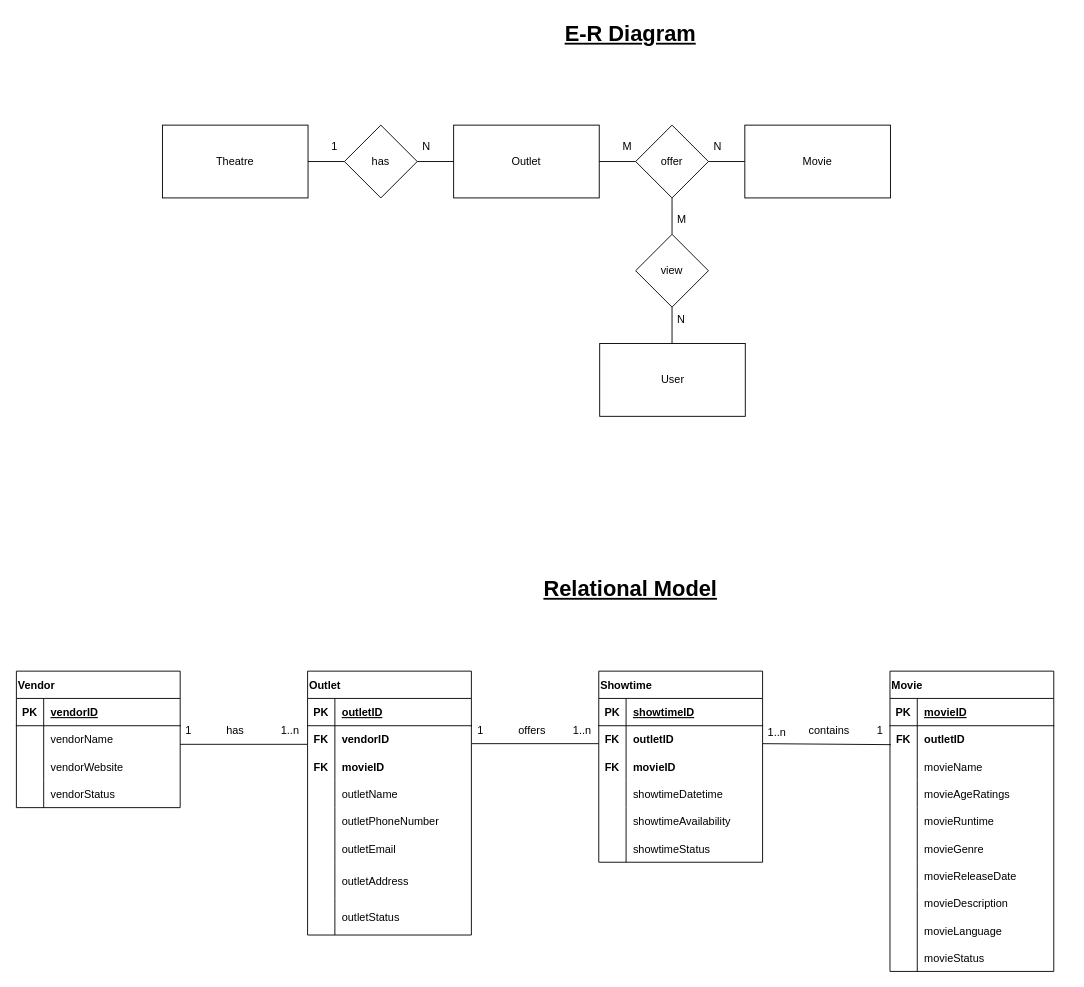
Before: TanLiSen_assig2.drawio in fswdtls/fswdtls, a draw.io diagram. Source tidied: cells renumbered, new cells numbered last; positions are measured from the earlier drawing's top-left corner, leaving out a move shared by most shapes. Both pictures are drawn from the tidied source at 91%, with x=0, y=0 at pixel (15, 15).
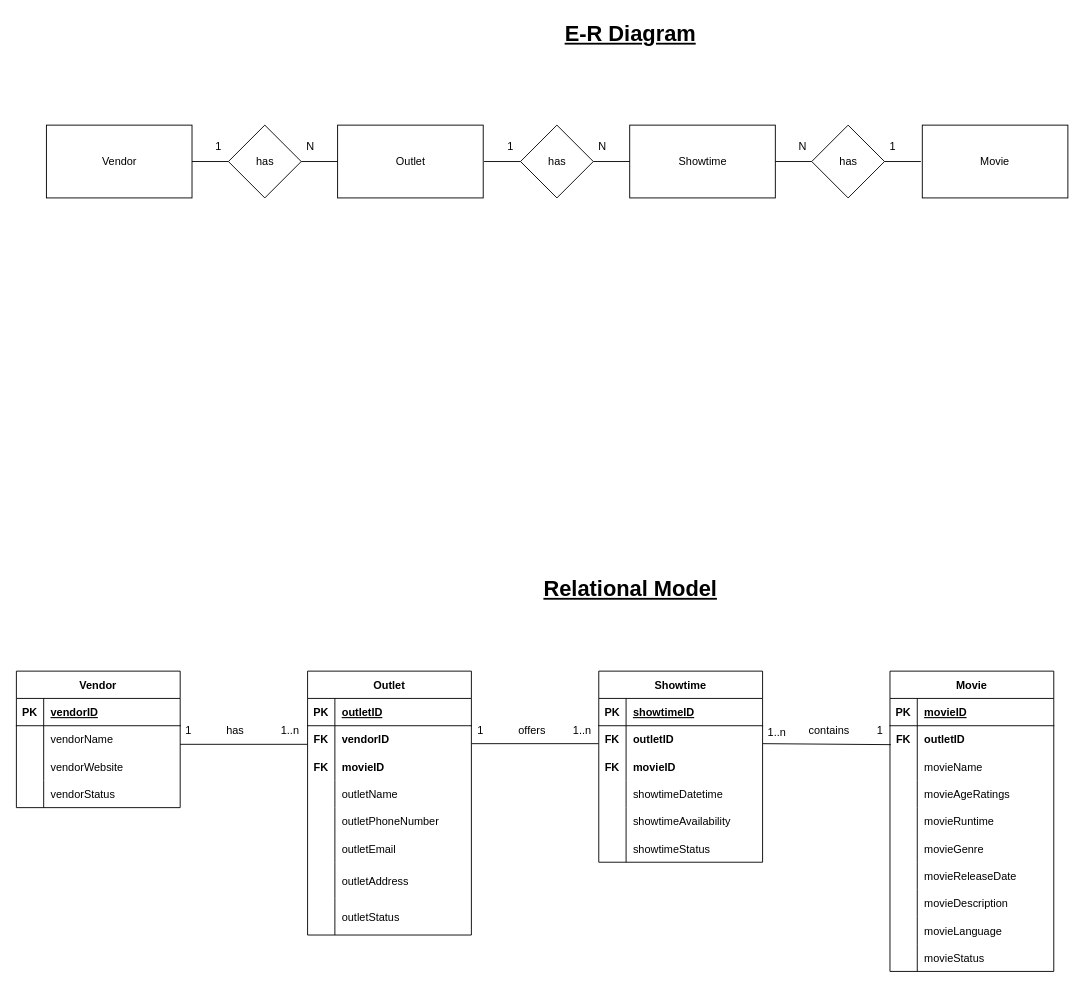
Above is the later version.

Change to the diagram source:
```diff
@@
-    <mxCell id="2" value="Theatre" style="rounded=0;whiteSpace=wrap;html=1;" parent="1" vertex="1">
-      <mxGeometry x="161" y="120" width="160" height="80" as="geometry" />
+    <mxCell id="2" value="Vendor" style="rounded=0;whiteSpace=wrap;html=1;" parent="1" vertex="1">
+      <mxGeometry x="33.5" y="120" width="160" height="80" as="geometry" />
     </mxCell>
     <mxCell id="3" value="Outlet" style="rounded=0;whiteSpace=wrap;html=1;" parent="1" vertex="1">
-      <mxGeometry x="481" y="120" width="160" height="80" as="geometry" />
+      <mxGeometry x="353.5" y="120" width="160" height="80" as="geometry" />
     </mxCell>
     <mxCell id="4" value="has" style="rhombus;whiteSpace=wrap;html=1;" parent="1" vertex="1">
-      <mxGeometry x="361" y="120" width="80" height="80" as="geometry" />
+      <mxGeometry x="233.5" y="120" width="80" height="80" as="geometry" />
     </mxCell>
     <mxCell id="5" value="Movie" style="rounded=0;whiteSpace=wrap;html=1;" parent="1" vertex="1">
-      <mxGeometry x="801" y="120" width="160" height="80" as="geometry" />
+      <mxGeometry x="996" y="120" width="160" height="80" as="geometry" />
     </mxCell>
-    <mxCell id="6" value="offer" style="rhombus;whiteSpace=wrap;html=1;" parent="1" vertex="1">
-      <mxGeometry x="681" y="120" width="80" height="80" as="geometry" />
-    </mxCell>
-    <mxCell id="7" value="view" style="rhombus;whiteSpace=wrap;html=1;" parent="1" vertex="1">
-      <mxGeometry x="681" y="240" width="80" height="80" as="geometry" />
-    </mxCell>
-    <mxCell id="8" value="User" style="rounded=0;whiteSpace=wrap;html=1;" parent="1" vertex="1">
-      <mxGeometry x="641.5" y="360" width="160" height="80" as="geometry" />
+    <mxCell id="8" value="Showtime" style="rounded=0;whiteSpace=wrap;html=1;" parent="1" vertex="1">
+      <mxGeometry x="674.5" y="120" width="160" height="80" as="geometry" />
     </mxCell>
@@
-    <mxCell id="11" style="endArrow=none;html=1;rounded=0;entryX=1;entryY=0.5;entryDx=0;entryDy=0;exitX=0;exitY=0.5;exitDx=0;exitDy=0;" parent="1" edge="1" source="6" target="3">
-      <mxGeometry relative="1" as="geometry" />
-    </mxCell>
-    <mxCell id="12" style="endArrow=none;html=1;rounded=0;entryX=1;entryY=0.5;entryDx=0;entryDy=0;exitX=0;exitY=0.5;exitDx=0;exitDy=0;" parent="1" edge="1" source="5" target="6">
-      <mxGeometry relative="1" as="geometry" />
-    </mxCell>
-    <mxCell id="13" style="endArrow=none;html=1;rounded=0;entryX=0.5;entryY=1;entryDx=0;entryDy=0;exitX=0.5;exitY=0;exitDx=0;exitDy=0;" parent="1" edge="1" source="7">
-      <mxGeometry relative="1" as="geometry">
-        <mxPoint x="721" y="200" as="targetPoint" />
-      </mxGeometry>
-    </mxCell>
-    <mxCell id="14" style="endArrow=none;html=1;rounded=0;entryX=0.5;entryY=1;entryDx=0;entryDy=0;exitX=0.5;exitY=0;exitDx=0;exitDy=0;" parent="1" edge="1" target="7">
-      <mxGeometry relative="1" as="geometry">
-        <mxPoint x="721" y="360" as="sourcePoint" />
-      </mxGeometry>
-    </mxCell>
     <mxCell id="15" value="1" style="text;strokeColor=none;fillColor=none;spacingLeft=4;spacingRight=4;overflow=hidden;fontSize=12;" parent="1" vertex="1">
-      <mxGeometry x="341" y="130" width="20" height="30" as="geometry" />
+      <mxGeometry x="213.5" y="130" width="20" height="30" as="geometry" />
     </mxCell>
     <mxCell id="16" value="N" style="text;strokeColor=none;fillColor=none;spacingLeft=4;spacingRight=4;overflow=hidden;fontSize=12;" parent="1" vertex="1">
-      <mxGeometry x="441" y="130" width="20" height="30" as="geometry" />
+      <mxGeometry x="313.5" y="130" width="20" height="30" as="geometry" />
     </mxCell>
-    <mxCell id="17" value="M" style="text;strokeColor=none;fillColor=none;spacingLeft=4;spacingRight=4;overflow=hidden;fontSize=12;" parent="1" vertex="1">
-      <mxGeometry x="661" y="130" width="20" height="30" as="geometry" />
-    </mxCell>
-    <mxCell id="18" value="M" style="text;strokeColor=none;fillColor=none;spacingLeft=4;spacingRight=4;overflow=hidden;fontSize=12;" parent="1" vertex="1">
-      <mxGeometry x="721" y="210" width="20" height="30" as="geometry" />
-    </mxCell>
-    <mxCell id="19" value="N" style="text;strokeColor=none;fillColor=none;spacingLeft=4;spacingRight=4;overflow=hidden;fontSize=12;" parent="1" vertex="1">
-      <mxGeometry x="721" y="320" width="20" height="30" as="geometry" />
-    </mxCell>
-    <mxCell id="20" value="N" style="text;strokeColor=none;fillColor=none;spacingLeft=4;spacingRight=4;overflow=hidden;fontSize=12;" parent="1" vertex="1">
-      <mxGeometry x="761" y="130" width="20" height="30" as="geometry" />
-    </mxCell>
-    <mxCell id="21" value="Vendor" style="shape=table;startSize=30;childLayout=tableLayout;rowLines=0;fontStyle=1;align=left;verticalAlign=middle;" parent="1" vertex="1">
+    <mxCell id="21" value="Vendor" style="shape=table;startSize=30;childLayout=tableLayout;rowLines=0;fontStyle=1;align=center;verticalAlign=middle;" parent="1" vertex="1">
       <mxGeometry x="0.5" y="720" width="180" height="150" as="geometry" />
     </mxCell>
@@
-    <mxCell id="34" value="Outlet" style="shape=table;startSize=30;childLayout=tableLayout;rowLines=0;fontStyle=1;align=left;verticalAlign=middle;" parent="1" vertex="1">
+    <mxCell id="34" value="Outlet" style="shape=table;startSize=30;childLayout=tableLayout;rowLines=0;fontStyle=1;align=center;verticalAlign=middle;" parent="1" vertex="1">
       <mxGeometry x="320.5" y="720" width="180" height="290" as="geometry" />
     </mxCell>
@@
-    <mxCell id="59" value="Showtime" style="shape=table;startSize=30;childLayout=tableLayout;rowLines=0;fontStyle=1;align=left;verticalAlign=middle;" parent="1" vertex="1">
+    <mxCell id="59" value="Showtime" style="shape=table;startSize=30;childLayout=tableLayout;rowLines=0;fontStyle=1;align=center;verticalAlign=middle;" parent="1" vertex="1">
       <mxGeometry x="640.5" y="720" width="180" height="210" as="geometry" />
     </mxCell>
@@
-    <mxCell id="78" value="Movie" style="shape=table;startSize=30;childLayout=tableLayout;rowLines=0;fontStyle=1;align=left;verticalAlign=middle;" parent="1" vertex="1">
+    <mxCell id="78" value="Movie" style="shape=table;startSize=30;childLayout=tableLayout;rowLines=0;fontStyle=1;align=center;verticalAlign=middle;" parent="1" vertex="1">
       <mxGeometry x="960.5" y="720" width="180" height="330" as="geometry" />
     </mxCell>
@@
+    <mxCell id="123" value="has" style="rhombus;whiteSpace=wrap;html=1;" parent="1" vertex="1">
+      <mxGeometry x="554.5" y="120" width="80" height="80" as="geometry" />
+    </mxCell>
+    <mxCell id="124" style="endArrow=none;html=1;rounded=0;entryX=1;entryY=0.5;entryDx=0;entryDy=0;exitX=0;exitY=0.5;exitDx=0;exitDy=0;" parent="1" edge="1" source="123">
+      <mxGeometry relative="1" as="geometry">
+        <mxPoint x="514.5" y="160" as="targetPoint" />
+      </mxGeometry>
+    </mxCell>
+    <mxCell id="125" style="endArrow=none;html=1;rounded=0;entryX=1;entryY=0.5;entryDx=0;entryDy=0;exitX=0;exitY=0.5;exitDx=0;exitDy=0;" parent="1" edge="1" target="123">
+      <mxGeometry relative="1" as="geometry">
+        <mxPoint x="674.5" y="160" as="sourcePoint" />
+      </mxGeometry>
+    </mxCell>
+    <mxCell id="126" value="1" style="text;strokeColor=none;fillColor=none;spacingLeft=4;spacingRight=4;overflow=hidden;fontSize=12;" parent="1" vertex="1">
+      <mxGeometry x="534.5" y="130" width="20" height="30" as="geometry" />
+    </mxCell>
+    <mxCell id="127" value="N" style="text;strokeColor=none;fillColor=none;spacingLeft=4;spacingRight=4;overflow=hidden;fontSize=12;" parent="1" vertex="1">
+      <mxGeometry x="634.5" y="130" width="20" height="30" as="geometry" />
+    </mxCell>
+    <mxCell id="128" value="has" style="rhombus;whiteSpace=wrap;html=1;" parent="1" vertex="1">
+      <mxGeometry x="874.5" y="120" width="80" height="80" as="geometry" />
+    </mxCell>
+    <mxCell id="129" style="endArrow=none;html=1;rounded=0;entryX=1;entryY=0.5;entryDx=0;entryDy=0;exitX=0;exitY=0.5;exitDx=0;exitDy=0;" parent="1" edge="1" source="128">
+      <mxGeometry relative="1" as="geometry">
+        <mxPoint x="834.5" y="160" as="targetPoint" />
+      </mxGeometry>
+    </mxCell>
+    <mxCell id="130" style="endArrow=none;html=1;rounded=0;entryX=1;entryY=0.5;entryDx=0;entryDy=0;exitX=0;exitY=0.5;exitDx=0;exitDy=0;" parent="1" edge="1" target="128">
+      <mxGeometry relative="1" as="geometry">
+        <mxPoint x="994.5" y="160" as="sourcePoint" />
+      </mxGeometry>
+    </mxCell>
+    <mxCell id="131" value="N" style="text;strokeColor=none;fillColor=none;spacingLeft=4;spacingRight=4;overflow=hidden;fontSize=12;" parent="1" vertex="1">
+      <mxGeometry x="854.5" y="130" width="20" height="30" as="geometry" />
+    </mxCell>
+    <mxCell id="132" value="1" style="text;strokeColor=none;fillColor=none;spacingLeft=4;spacingRight=4;overflow=hidden;fontSize=12;" parent="1" vertex="1">
+      <mxGeometry x="954.5" y="130" width="20" height="30" as="geometry" />
+    </mxCell>
```
